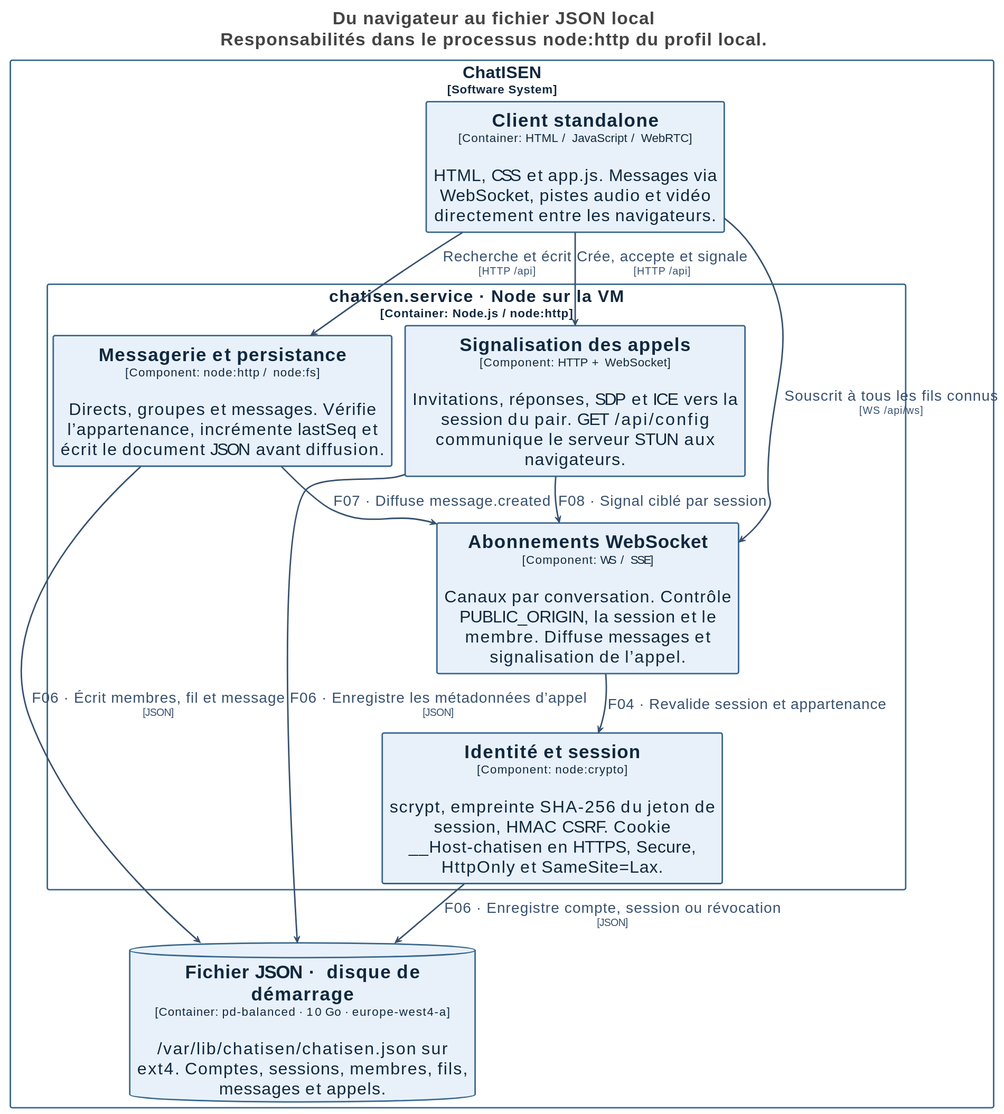
Above: docs/architecture/svg/16-standalone.svg in Zayonx-0/ChatISEN (PlantUML), before the change.
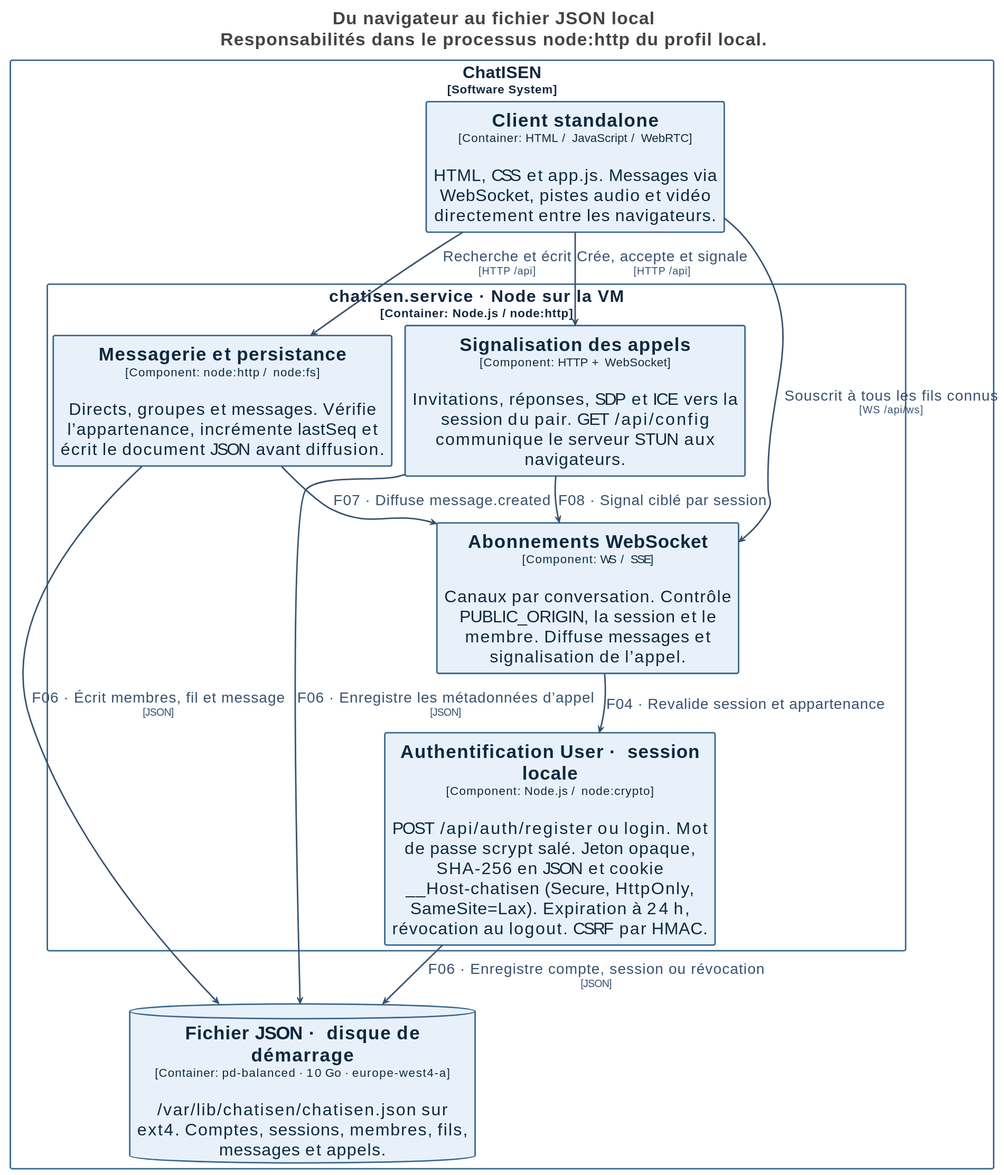
After the commit.

Commit message:
docs(architecture): detailler le parcours utilisateur d’authentification

The edit, as a diff of the source:
```diff
@@ -72,7 +72,7 @@
 
 rectangle "ChatISEN\n<size:16>[Software System]</size>" <<Boundary-Q2hhdElTRU4=>> {
   rectangle "chatisen.service · Node sur la VM\n<size:16>[Container: Node.js / node:http]</size>" <<Boundary-Y2hhdGlzZW4uc2VydmljZSDCtyBOb2RlIHN1ciBsYSBWTQ==>> {
-    rectangle "==Identité et session\n<size:16>[Component: node:crypto]</size>\n\nscrypt, empreinte SHA-256 du jeton de session, HMAC CSRF. Cookie __Host-chatisen en HTTPS, Secure, HttpOnly et SameSite=Lax." <<Element-RWxlbWVudA==>> as ChatISEN.chatisenserviceNodesurlaVM.Identitéetsession
+    rectangle "==Authentification User · session locale\n<size:16>[Component: Node.js / node:crypto]</size>\n\nPOST /api/auth/register ou login. Mot de passe scrypt salé. Jeton opaque, SHA-256 en JSON et cookie __Host-chatisen (Secure, HttpOnly, SameSite=Lax). Expiration à 24 h, révocation au logout. CSRF par HMAC." <<Element-RWxlbWVudA==>> as ChatISEN.chatisenserviceNodesurlaVM.AuthentificationUsersessionlocale
     rectangle "==Messagerie et persistance\n<size:16>[Component: node:http / node:fs]</size>\n\nDirects, groupes et messages. Vérifie l’appartenance, incrémente lastSeq et écrit le document JSON avant diffusion." <<Element-RWxlbWVudA==>> as ChatISEN.chatisenserviceNodesurlaVM.Messagerieetpersistance
     rectangle "==Abonnements WebSocket\n<size:16>[Component: WS / SSE]</size>\n\nCanaux par conversation. Contrôle PUBLIC_ORIGIN, la session et le membre. Diffuse messages et signalisation de l’appel." <<Element-RWxlbWVudA==>> as ChatISEN.chatisenserviceNodesurlaVM.AbonnementsWebSocket
     rectangle "==Signalisation des appels\n<size:16>[Component: HTTP + WebSocket]</size>\n\nInvitations, réponses, SDP et ICE vers la session du pair. GET /api/config communique le serveur STUN aux navigateurs." <<Element-RWxlbWVudA==>> as ChatISEN.chatisenserviceNodesurlaVM.Signalisationdesappels
@@ -85,10 +85,10 @@
 ChatISEN.Clientstandalone --> ChatISEN.chatisenserviceNodesurlaVM.Messagerieetpersistance <<Relationship-UmVsYXRpb25zaGlw>> : "Recherche et écrit\n<size:14>[HTTP /api]</size>"
 ChatISEN.Clientstandalone --> ChatISEN.chatisenserviceNodesurlaVM.AbonnementsWebSocket <<Relationship-UmVsYXRpb25zaGlw>> : "Souscrit à tous les fils connus\n<size:14>[WS /api/ws]</size>"
 ChatISEN.Clientstandalone --> ChatISEN.chatisenserviceNodesurlaVM.Signalisationdesappels <<Relationship-UmVsYXRpb25zaGlw>> : "Crée, accepte et signale\n<size:14>[HTTP /api]</size>"
-ChatISEN.chatisenserviceNodesurlaVM.Identitéetsession --> ChatISEN.FichierJSONdisquededémarrage <<Relationship-UmVsYXRpb25zaGlw>> : "F06 · Enregistre compte, session ou révocation\n<size:14>[JSON]</size>"
+ChatISEN.chatisenserviceNodesurlaVM.AuthentificationUsersessionlocale --> ChatISEN.FichierJSONdisquededémarrage <<Relationship-UmVsYXRpb25zaGlw>> : "F06 · Enregistre compte, session ou révocation\n<size:14>[JSON]</size>"
 ChatISEN.chatisenserviceNodesurlaVM.Messagerieetpersistance --> ChatISEN.FichierJSONdisquededémarrage <<Relationship-UmVsYXRpb25zaGlw>> : "F06 · Écrit membres, fil et message\n<size:14>[JSON]</size>"
 ChatISEN.chatisenserviceNodesurlaVM.Signalisationdesappels --> ChatISEN.FichierJSONdisquededémarrage <<Relationship-UmVsYXRpb25zaGlw>> : "F06 · Enregistre les métadonnées d’appel\n<size:14>[JSON]</size>"
 ChatISEN.chatisenserviceNodesurlaVM.Messagerieetpersistance --> ChatISEN.chatisenserviceNodesurlaVM.AbonnementsWebSocket <<Relationship-UmVsYXRpb25zaGlw>> : "F07 · Diffuse message.created"
 ChatISEN.chatisenserviceNodesurlaVM.Signalisationdesappels --> ChatISEN.chatisenserviceNodesurlaVM.AbonnementsWebSocket <<Relationship-UmVsYXRpb25zaGlw>> : "F08 · Signal ciblé par session"
-ChatISEN.chatisenserviceNodesurlaVM.AbonnementsWebSocket --> ChatISEN.chatisenserviceNodesurlaVM.Identitéetsession <<Relationship-UmVsYXRpb25zaGlw>> : "F04 · Revalide session et appartenance"
+ChatISEN.chatisenserviceNodesurlaVM.AbonnementsWebSocket --> ChatISEN.chatisenserviceNodesurlaVM.AuthentificationUsersessionlocale <<Relationship-UmVsYXRpb25zaGlw>> : "F04 · Revalide session et appartenance"
 @enduml
```
